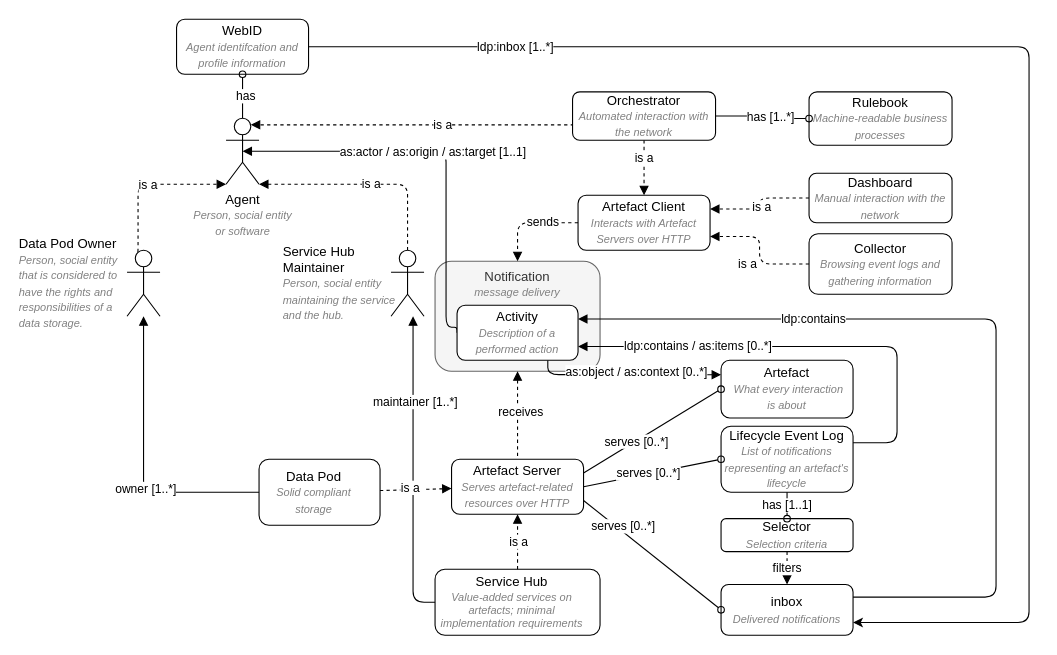
Earlier version of the draw.io diagram page "Page-1" (1 of 3) of diagrams/terminology.drawio (MellonScholarlyCommunication/spec-overview). Source tidied: cells renumbered, new cells numbered last; positions are measured from the earlier drawing's top-left corner, leaving out a move shared by most shapes. Both pictures are drawn from the tidied source at 110%, with x=0, y=0 at pixel (127, 19).
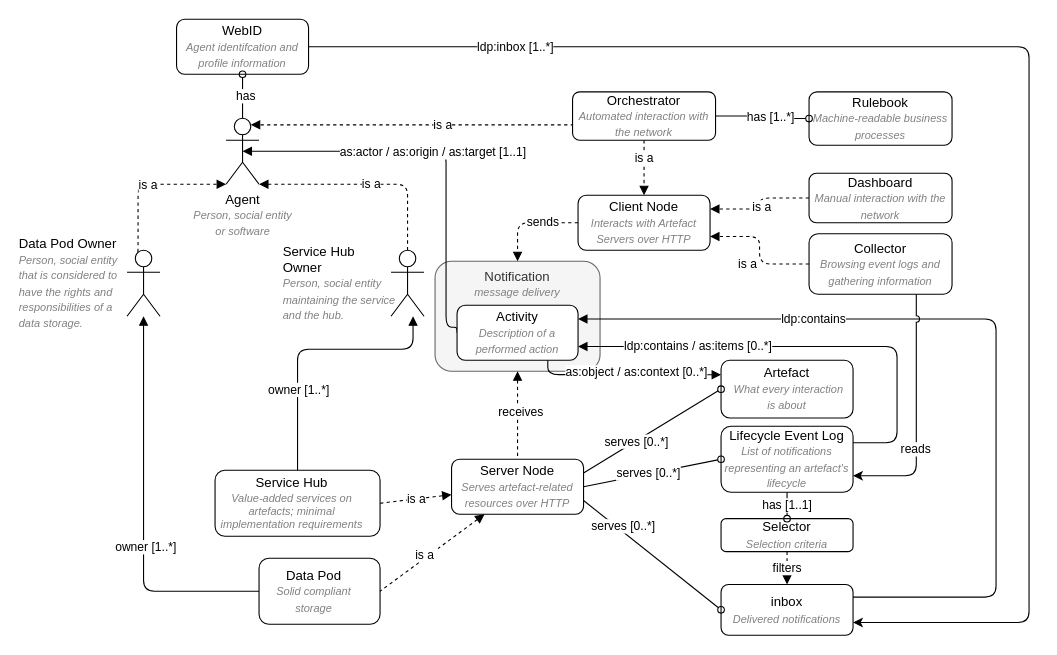
Above is the later version.

Commit message (it also covers changes not shown here):
Finish update terminology

The change refers to these unchanged cells:
```xml
<mxCell id="31" value="Lifecycle Event Log&lt;br&gt;&lt;i&gt;&lt;font style=&quot;font-size: 10px&quot; color=&quot;#808080&quot;&gt;List of notifications representing an artefact's lifecycle&lt;/font&gt;&lt;/i&gt;" style="rounded=1;whiteSpace=wrap;html=1;fillColor=none;" parent="1" vertex="1">
  <mxGeometry x="540" y="370" width="120" height="60" as="geometry" />
</mxCell>
<mxCell id="42" value="Data Pod Owner&lt;br&gt;&lt;font style=&quot;font-size: 10px&quot; color=&quot;#808080&quot;&gt;&lt;i&gt;Person, social entity &lt;br&gt;that is considered to &lt;br&gt;have the rights and &lt;br&gt;responsibilities of a &lt;br&gt;data storage.&lt;/i&gt;&lt;/font&gt;" style="shape=umlActor;verticalLabelPosition=middle;verticalAlign=middle;html=1;outlineConnect=0;labelPosition=left;align=left;spacingRight=13;spacingLeft=-70;" parent="1" vertex="1">
  <mxGeometry y="210" width="30" height="60" as="geometry" />
</mxCell>
<mxCell id="55" value="Collector&lt;br&gt;&lt;font style=&quot;font-size: 10px&quot; color=&quot;#808080&quot;&gt;&lt;i&gt;Browsing event logs and gathering information&lt;/i&gt;&lt;/font&gt;" style="rounded=1;whiteSpace=wrap;html=1;fillColor=default;" parent="1" vertex="1">
  <mxGeometry x="620" y="195" width="130" height="55" as="geometry" />
</mxCell>
```

The edit, as a diff of the source:
```diff
@@
     <mxCell id="8" style="edgeStyle=orthogonalEdgeStyle;html=1;exitX=0;exitY=0.5;exitDx=0;exitDy=0;startArrow=none;startFill=0;endArrow=block;endFill=1;" parent="1" edge="1" source="10" target="42">
       <mxGeometry relative="1" as="geometry">
         <Array as="points">
-          <mxPoint x="15" y="430" />
+          <mxPoint x="15" y="520" />
         </Array>
       </mxGeometry>
     </mxCell>
@@
     <mxCell id="10" value="&lt;div&gt;Data Pod&lt;br&gt;&lt;/div&gt;&lt;div&gt;&lt;i&gt;&lt;font style=&quot;font-size: 10px&quot; color=&quot;#808080&quot;&gt;Solid compliant storage&lt;/font&gt;&lt;/i&gt;&lt;/div&gt;" style="rounded=1;whiteSpace=wrap;html=1;strokeWidth=1;strokeColor=default;align=center;verticalAlign=middle;spacingRight=10;fillColor=none;" parent="1" vertex="1">
-      <mxGeometry x="120" y="400" width="110" height="60" as="geometry" />
+      <mxGeometry x="120" y="490" width="110" height="60" as="geometry" />
     </mxCell>
-    <mxCell id="11" style="edgeStyle=none;html=1;exitX=0.5;exitY=0;exitDx=0;exitDy=0;endArrow=block;endFill=1;dashed=1;" parent="1" edge="1" source="15" target="23">
+    <mxCell id="11" style="edgeStyle=none;html=1;exitX=1;exitY=0.5;exitDx=0;exitDy=0;endArrow=block;endFill=1;dashed=1;" parent="1" edge="1" source="15" target="23">
       <mxGeometry relative="1" as="geometry" />
     </mxCell>
@@
-    <mxCell id="13" style="edgeStyle=orthogonalEdgeStyle;html=1;startArrow=none;startFill=0;endArrow=block;endFill=1;exitX=0;exitY=0.5;exitDx=0;exitDy=0;" parent="1" edge="1" source="15" target="45">
+    <mxCell id="13" style="edgeStyle=orthogonalEdgeStyle;html=1;startArrow=none;startFill=0;endArrow=block;endFill=1;exitX=0.5;exitY=0;exitDx=0;exitDy=0;" parent="1" edge="1" source="15" target="45">
       <mxGeometry relative="1" as="geometry">
         <Array as="points">
-          <mxPoint x="260" y="530" />
+          <mxPoint x="155" y="300" />
+          <mxPoint x="260" y="300" />
         </Array>
       </mxGeometry>
     </mxCell>
-    <mxCell id="14" value="maintainer [1..*]" style="edgeLabel;html=1;align=center;verticalAlign=middle;" parent="13" vertex="1">
+    <mxCell id="14" value="owner [1..*]" style="edgeLabel;html=1;align=center;verticalAlign=middle;" parent="13" vertex="1">
       <mxGeometry x="0.65" y="-1" relative="1" as="geometry">
-        <mxPoint y="28" as="offset" />
+        <mxPoint x="-92" y="35" as="offset" />
       </mxGeometry>
     </mxCell>
     <mxCell id="15" value="&lt;div&gt;Service Hub&lt;br&gt;&lt;/div&gt;&lt;div style=&quot;font-size: 10px&quot;&gt;&lt;font color=&quot;#808080&quot;&gt;&lt;i&gt;Value-added services on artefacts; minimal implementation requirements&lt;/i&gt;&lt;/font&gt;&lt;/div&gt;" style="rounded=1;whiteSpace=wrap;html=1;strokeWidth=1;strokeColor=default;align=center;verticalAlign=middle;spacingRight=10;fillColor=none;" parent="1" vertex="1">
-      <mxGeometry x="280" y="500" width="150" height="60" as="geometry" />
+      <mxGeometry x="80" y="410" width="150" height="60" as="geometry" />
     </mxCell>
@@
-    <mxCell id="21" style="edgeStyle=none;html=1;endArrow=none;endFill=0;startArrow=block;startFill=1;dashed=1;" parent="1" edge="1" source="23" target="10">
+    <mxCell id="21" style="edgeStyle=none;html=1;endArrow=none;endFill=0;startArrow=block;startFill=1;dashed=1;exitX=0.25;exitY=1;exitDx=0;exitDy=0;entryX=1;entryY=0.5;entryDx=0;entryDy=0;" parent="1" edge="1" source="23" target="10">
       <mxGeometry relative="1" as="geometry" />
     </mxCell>
@@
-    <mxCell id="23" value="Artefact Server&lt;br&gt;&lt;font style=&quot;font-size: 10px&quot; color=&quot;#808080&quot;&gt;&lt;i&gt;Serves artefact-related resources over HTTP&lt;/i&gt;&lt;/font&gt;" style="rounded=1;whiteSpace=wrap;html=1;fillColor=none;" parent="1" vertex="1">
+    <mxCell id="23" value="Server Node&lt;br&gt;&lt;font style=&quot;font-size: 10px&quot; color=&quot;#808080&quot;&gt;&lt;i&gt;Serves artefact-related resources over HTTP&lt;/i&gt;&lt;/font&gt;" style="rounded=1;whiteSpace=wrap;html=1;fillColor=none;" parent="1" vertex="1">
       <mxGeometry x="295" y="400" width="120" height="50" as="geometry" />
     </mxCell>
@@
-    <mxCell id="45" value="Service Hub&lt;br&gt;Maintainer&lt;br&gt;&lt;i style=&quot;font-size: 10px&quot;&gt;&lt;font color=&quot;#808080&quot;&gt;Person, social entity &lt;br&gt;maintaining the service &lt;br&gt;and the hub.&lt;/font&gt;&lt;/i&gt;" style="shape=umlActor;verticalLabelPosition=middle;verticalAlign=middle;html=1;outlineConnect=0;labelPosition=left;align=left;spacingLeft=-70;" parent="1" vertex="1">
+    <mxCell id="45" value="Service Hub&lt;br&gt;Owner&lt;br&gt;&lt;i style=&quot;font-size: 10px&quot;&gt;&lt;font color=&quot;#808080&quot;&gt;Person, social entity &lt;br&gt;maintaining the service &lt;br&gt;and the hub.&lt;/font&gt;&lt;/i&gt;" style="shape=umlActor;verticalLabelPosition=middle;verticalAlign=middle;html=1;outlineConnect=0;labelPosition=left;align=left;spacingLeft=-70;" parent="1" vertex="1">
       <mxGeometry x="240" y="210" width="30" height="60" as="geometry" />
     </mxCell>
@@
+    <mxCell id="67" style="edgeStyle=orthogonalEdgeStyle;jumpStyle=arc;html=1;exitX=0.75;exitY=1;exitDx=0;exitDy=0;entryX=1;entryY=0.75;entryDx=0;entryDy=0;" parent="1" edge="1" source="55" target="31">
+      <mxGeometry relative="1" as="geometry" />
+    </mxCell>
+    <mxCell id="68" value="reads" style="edgeLabel;html=1;align=center;verticalAlign=middle;" parent="67" vertex="1">
+      <mxGeometry x="0.14" y="-1" relative="1" as="geometry">
+        <mxPoint y="13" as="offset" />
+      </mxGeometry>
+    </mxCell>
@@
-    <mxCell id="58" value="Artefact Client&lt;br&gt;&lt;i&gt;&lt;font style=&quot;font-size: 10px&quot; color=&quot;#808080&quot;&gt;Interacts with Artefact Servers over HTTP&lt;/font&gt;&lt;/i&gt;" style="rounded=1;whiteSpace=wrap;html=1;fillColor=none;" parent="1" vertex="1">
+    <mxCell id="58" value="Client Node&lt;br&gt;&lt;i&gt;&lt;font style=&quot;font-size: 10px&quot; color=&quot;#808080&quot;&gt;Interacts with Artefact Servers over HTTP&lt;/font&gt;&lt;/i&gt;" style="rounded=1;whiteSpace=wrap;html=1;fillColor=none;" parent="1" vertex="1">
       <mxGeometry x="410" y="160" width="120" height="50" as="geometry" />
     </mxCell>
```
